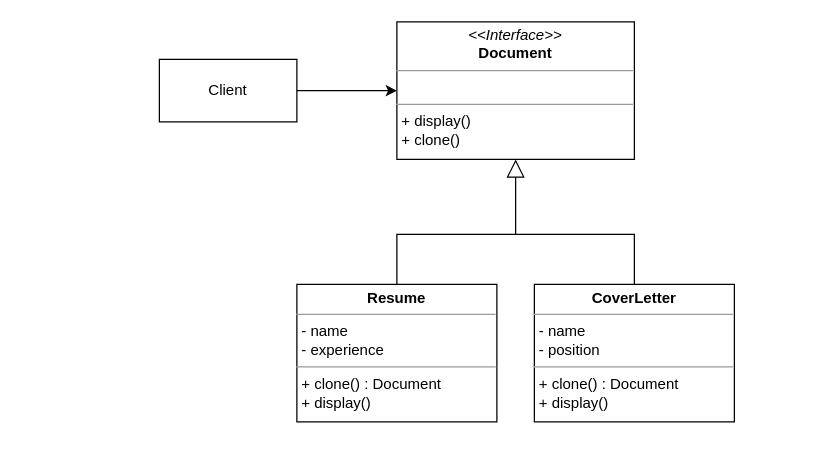
Earlier version of the draw.io diagram Project/creational/Prototype/Prototype.drawio (pang1217/Pattern-and-Software-Design). Source tidied: cells renumbered, new cells numbered last; positions are measured from the earlier drawing's top-left corner, leaving out a move shared by most shapes. Both pictures are drawn from the tidied source at 125%, with x=0, y=0 at pixel (159, 21).
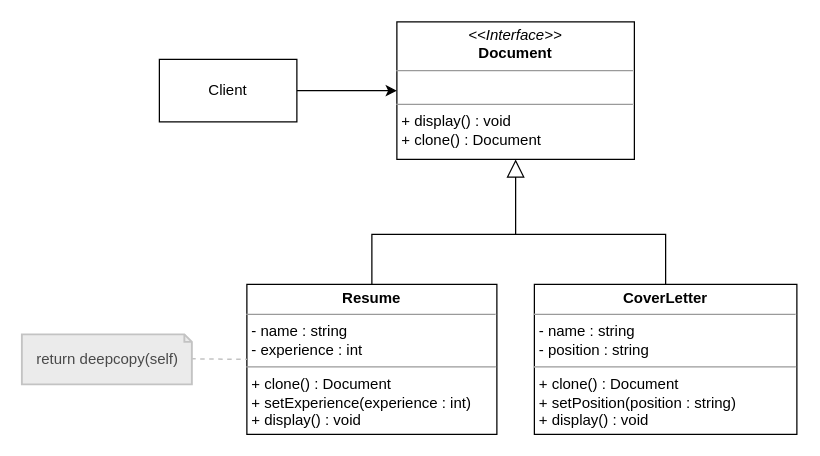
After the change.

Change to the diagram source:
```diff
@@
 <mxGraphModel>
   <root>
     <mxCell id="0" />
     <mxCell id="1" parent="0" />
-    <mxCell id="2" value="&lt;p style=&quot;margin:0px;margin-top:4px;text-align:center;&quot;&gt;&lt;i&gt;&amp;lt;&amp;lt;Interface&amp;gt;&amp;gt;&lt;/i&gt;&lt;br&gt;&lt;b&gt;Document&lt;/b&gt;&lt;/p&gt;&lt;hr size=&quot;1&quot;&gt;&lt;p style=&quot;margin:0px;margin-left:4px;&quot;&gt;&lt;br&gt;&lt;/p&gt;&lt;hr size=&quot;1&quot;&gt;&lt;p style=&quot;margin:0px;margin-left:4px;&quot;&gt;+ display()&lt;br&gt;+ clone()&lt;/p&gt;" style="verticalAlign=top;align=left;overflow=fill;fontSize=12;fontFamily=Helvetica;html=1;whiteSpace=wrap;" parent="1" vertex="1">
+    <mxCell id="2" value="&lt;p style=&quot;margin:0px;margin-top:4px;text-align:center;&quot;&gt;&lt;i&gt;&amp;lt;&amp;lt;Interface&amp;gt;&amp;gt;&lt;/i&gt;&lt;br&gt;&lt;b&gt;Document&lt;/b&gt;&lt;/p&gt;&lt;hr size=&quot;1&quot;&gt;&lt;p style=&quot;margin:0px;margin-left:4px;&quot;&gt;&lt;br&gt;&lt;/p&gt;&lt;hr size=&quot;1&quot;&gt;&lt;p style=&quot;margin:0px;margin-left:4px;&quot;&gt;+ display() : void&lt;br&gt;+ clone() : Document&lt;/p&gt;" style="verticalAlign=top;align=left;overflow=fill;fontSize=12;fontFamily=Helvetica;html=1;whiteSpace=wrap;" parent="1" vertex="1">
       <mxGeometry x="190" width="190" height="110" as="geometry" />
     </mxCell>
-    <mxCell id="3" value="&lt;p style=&quot;margin:0px;margin-top:4px;text-align:center;&quot;&gt;&lt;b&gt;Resume&lt;/b&gt;&lt;/p&gt;&lt;hr size=&quot;1&quot;&gt;&lt;p style=&quot;margin:0px;margin-left:4px;&quot;&gt;- name&lt;/p&gt;&lt;p style=&quot;margin:0px;margin-left:4px;&quot;&gt;- experience&lt;/p&gt;&lt;hr size=&quot;1&quot;&gt;&lt;p style=&quot;margin:0px;margin-left:4px;&quot;&gt;+ clone() : Document&lt;/p&gt;&lt;p style=&quot;margin:0px;margin-left:4px;&quot;&gt;+ display()&lt;/p&gt;" style="verticalAlign=top;align=left;overflow=fill;fontSize=12;fontFamily=Helvetica;html=1;whiteSpace=wrap;" parent="1" vertex="1">
-      <mxGeometry x="110" y="210" width="160" height="110" as="geometry" />
+    <mxCell id="3" value="&lt;p style=&quot;margin:0px;margin-top:4px;text-align:center;&quot;&gt;&lt;b&gt;Resume&lt;/b&gt;&lt;/p&gt;&lt;hr size=&quot;1&quot;&gt;&lt;p style=&quot;margin:0px;margin-left:4px;&quot;&gt;- name : string&lt;/p&gt;&lt;p style=&quot;margin:0px;margin-left:4px;&quot;&gt;- experience : int&lt;/p&gt;&lt;hr size=&quot;1&quot;&gt;&lt;p style=&quot;margin:0px;margin-left:4px;&quot;&gt;+ clone() : Document&lt;/p&gt;&lt;p style=&quot;margin:0px;margin-left:4px;&quot;&gt;+ setExperience(experience : int)&lt;/p&gt;&lt;p style=&quot;margin:0px;margin-left:4px;&quot;&gt;+ display() : void&lt;/p&gt;" style="verticalAlign=top;align=left;overflow=fill;fontSize=12;fontFamily=Helvetica;html=1;whiteSpace=wrap;" parent="1" vertex="1">
+      <mxGeometry x="70" y="210" width="200" height="120" as="geometry" />
     </mxCell>
-    <mxCell id="4" value="&lt;p style=&quot;margin:0px;margin-top:4px;text-align:center;&quot;&gt;&lt;b&gt;CoverLetter&lt;/b&gt;&lt;/p&gt;&lt;hr size=&quot;1&quot;&gt;&lt;p style=&quot;margin:0px;margin-left:4px;&quot;&gt;- name&lt;/p&gt;&lt;p style=&quot;margin:0px;margin-left:4px;&quot;&gt;- position&lt;/p&gt;&lt;hr size=&quot;1&quot;&gt;&lt;p style=&quot;margin:0px;margin-left:4px;&quot;&gt;+ clone() : Document&lt;/p&gt;&lt;p style=&quot;margin:0px;margin-left:4px;&quot;&gt;+ display()&lt;/p&gt;" style="verticalAlign=top;align=left;overflow=fill;fontSize=12;fontFamily=Helvetica;html=1;whiteSpace=wrap;" parent="1" vertex="1">
-      <mxGeometry x="300" y="210" width="160" height="110" as="geometry" />
+    <mxCell id="4" value="&lt;p style=&quot;margin:0px;margin-top:4px;text-align:center;&quot;&gt;&lt;b&gt;CoverLetter&lt;/b&gt;&lt;/p&gt;&lt;hr size=&quot;1&quot;&gt;&lt;p style=&quot;margin:0px;margin-left:4px;&quot;&gt;- name : string&lt;/p&gt;&lt;p style=&quot;margin:0px;margin-left:4px;&quot;&gt;&lt;span style=&quot;background-color: initial;&quot;&gt;- position : string&lt;/span&gt;&lt;/p&gt;&lt;hr size=&quot;1&quot;&gt;&lt;p style=&quot;margin:0px;margin-left:4px;&quot;&gt;+ clone() : Document&lt;/p&gt;&lt;p style=&quot;margin:0px;margin-left:4px;&quot;&gt;+ setPosition(position&amp;nbsp;: string)&lt;br&gt;&lt;/p&gt;&lt;p style=&quot;margin:0px;margin-left:4px;&quot;&gt;+ display() : void&lt;/p&gt;" style="verticalAlign=top;align=left;overflow=fill;fontSize=12;fontFamily=Helvetica;html=1;whiteSpace=wrap;" parent="1" vertex="1">
+      <mxGeometry x="300" y="210" width="210" height="120" as="geometry" />
     </mxCell>
     <mxCell id="5" style="endArrow=block;endFill=0;endSize=12;html=1;rounded=0;entryX=0.5;entryY=1;entryDx=0;entryDy=0;" parent="1" edge="1" target="2">
       <mxGeometry relative="1" as="geometry">
         <mxPoint x="285" y="170" as="sourcePoint" />
       </mxGeometry>
     </mxCell>
     <mxCell id="6" style="endArrow=none;html=1;rounded=0;exitX=0.5;exitY=0;exitDx=0;exitDy=0;entryX=0.5;entryY=0;entryDx=0;entryDy=0;" parent="1" edge="1" source="3" target="4">
       <mxGeometry relative="1" as="geometry">
         <Array as="points">
-          <mxPoint x="190" y="170" />
-          <mxPoint x="380" y="170" />
+          <mxPoint x="170" y="170" />
+          <mxPoint x="405" y="170" />
         </Array>
       </mxGeometry>
     </mxCell>
     <mxCell id="7" style="endArrow=classic;html=1;rounded=0;entryX=0;entryY=0.5;entryDx=0;entryDy=0;" parent="1" edge="1" target="2">
       <mxGeometry relative="1" as="geometry">
         <mxPoint x="110" y="55" as="sourcePoint" />
       </mxGeometry>
     </mxCell>
     <mxCell id="8" value="Client" style="html=1;whiteSpace=wrap;" parent="1" vertex="1">
       <mxGeometry y="30" width="110" height="50" as="geometry" />
     </mxCell>
+    <mxCell id="9" style="rounded=0;jettySize=auto;html=1;startArrow=none;startFill=1;startSize=3;jumpStyle=none;endArrow=none;endFill=0;anchorPointDirection=0;backgroundOutline=0;snapToPoint=1;flowAnimation=0;strokeColor=#C3C3C3;dashed=1;shadow=0;strokeWidth=1.2;exitX=0.996;exitY=0.489;exitDx=0;exitDy=0;exitPerimeter=0;entryX=0;entryY=0.5;entryDx=0;entryDy=0;" parent="1" edge="1" source="10" target="3">
+      <mxGeometry relative="1" as="geometry" />
+    </mxCell>
+    <mxCell id="10" value="&lt;font color=&quot;#494949&quot;&gt;return deepcopy(self)&lt;br&gt;&lt;/font&gt;" style="shape=note;size=6;align=left;spacingLeft=10;html=1;whiteSpace=wrap;strokeWidth=1.5;strokeColor=#C3C3C3;gradientColor=none;fillColor=#EBEBEB;" parent="1" vertex="1">
+      <mxGeometry x="-110" y="250" width="136" height="40" as="geometry" />
+    </mxCell>
   </root>
 </mxGraphModel>
```
